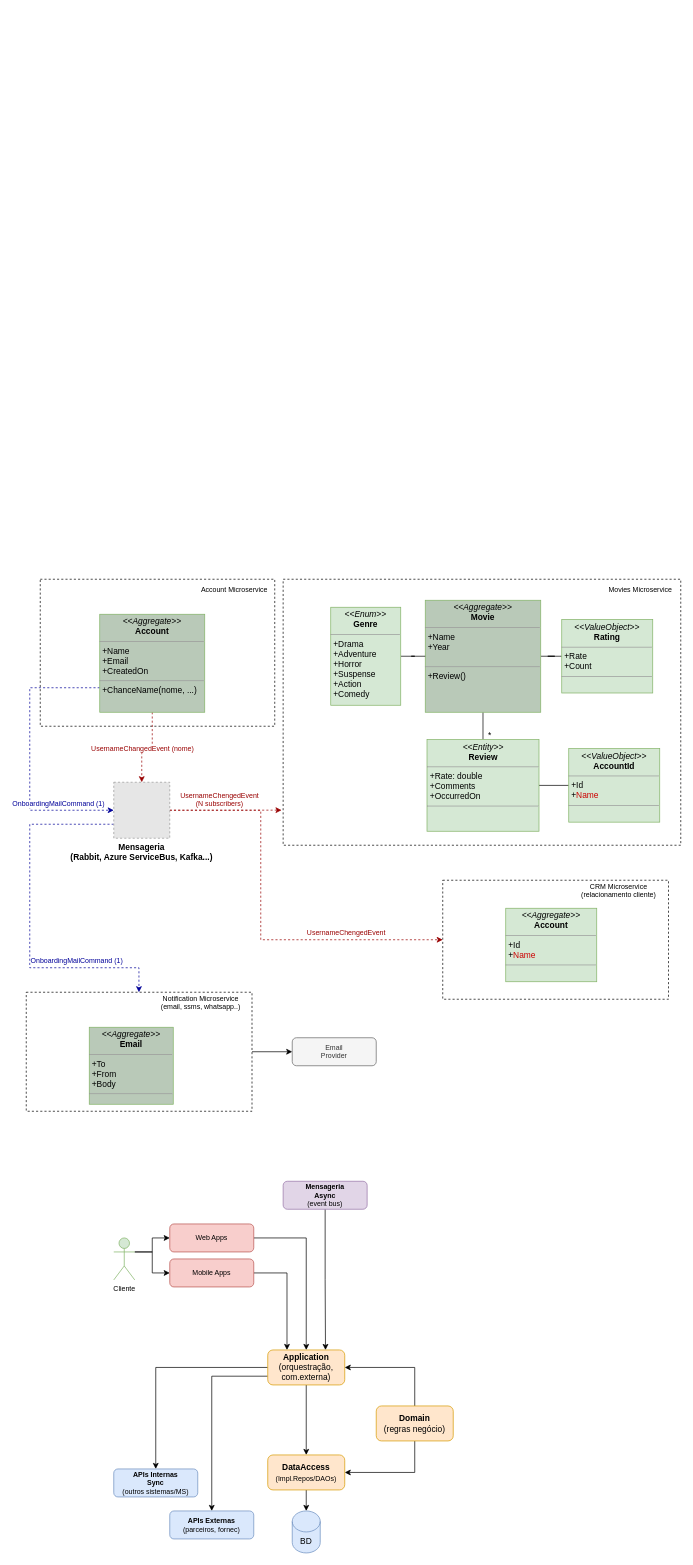
chris-coelho/ddd_ref_architecture keeps this draw.io diagram as Movies Domain Model.drawio. Above is the earlier version. Source tidied: cells renumbered, new cells numbered last; positions are measured from the earlier drawing's top-left corner, leaving out a move shared by most shapes. Both pictures are drawn from the tidied source at 70%, with x=0, y=0 at pixel (26, 579). Pictures stored in the file or linked from it are replaced by grey dashed boxes.
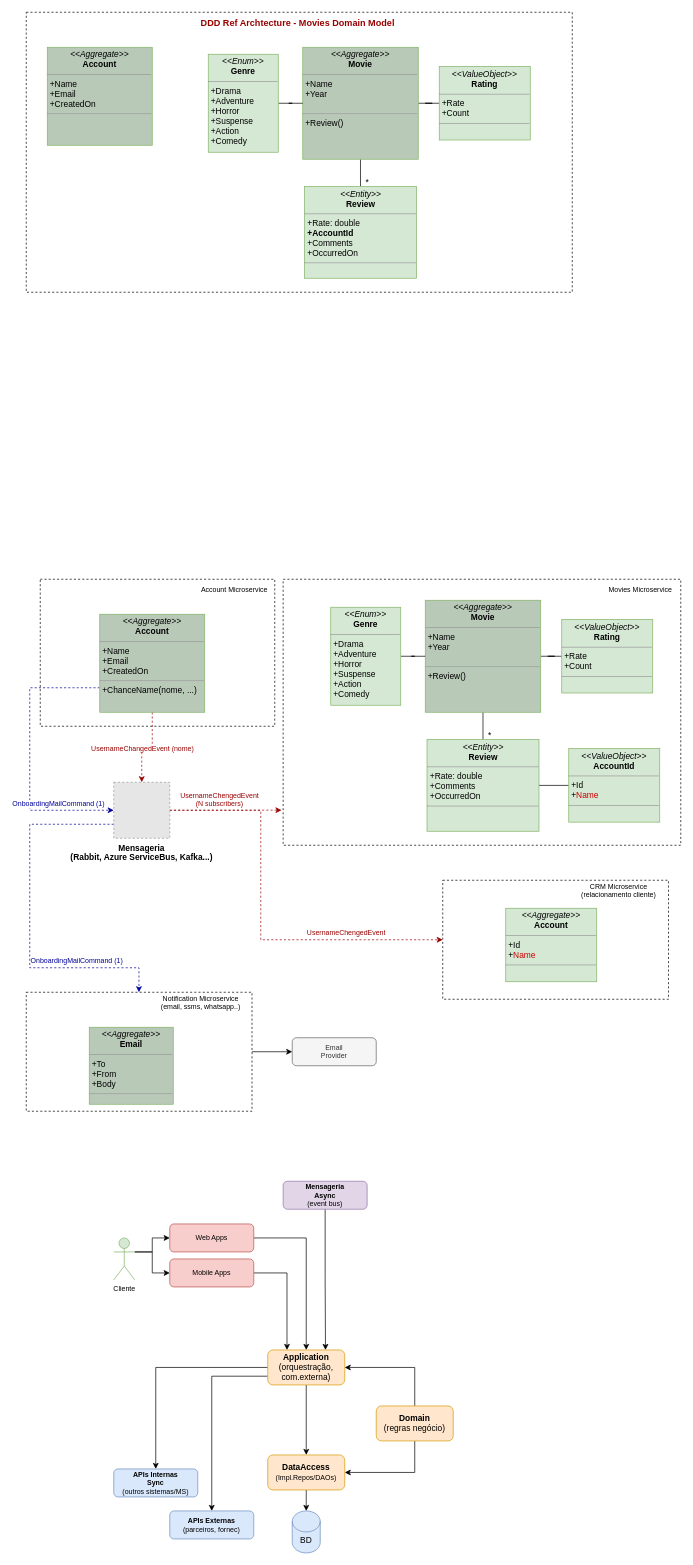
Above is the later version.

What changed in the source:
```diff
@@
+    <mxCell id="57" style="rounded=0;whiteSpace=wrap;html=1;fontSize=10;dashed=1;" parent="1" vertex="1">
+      <mxGeometry y="-810" width="780" height="400" as="geometry" />
+    </mxCell>
+    <mxCell id="58" value="&lt;p style=&quot;margin:0px;margin-top:4px;text-align:center;&quot;&gt;&lt;i&gt;&amp;lt;&amp;lt;Aggregate&amp;gt;&amp;gt;&lt;/i&gt;&lt;br&gt;&lt;b&gt;Account&lt;/b&gt;&lt;/p&gt;&lt;hr size=&quot;1&quot;&gt;&lt;p style=&quot;margin:0px;margin-left:4px;&quot;&gt;+Name&lt;/p&gt;&lt;p style=&quot;margin:0px;margin-left:4px;&quot;&gt;+Email&lt;/p&gt;&lt;p style=&quot;margin:0px;margin-left:4px;&quot;&gt;+CreatedOn&lt;/p&gt;&lt;hr size=&quot;1&quot;&gt;&lt;p style=&quot;margin:0px;margin-left:4px;&quot;&gt;&lt;br&gt;&lt;/p&gt;&lt;p style=&quot;margin:0px;margin-left:4px;&quot;&gt;&lt;br&gt;&lt;/p&gt;" style="verticalAlign=top;align=left;overflow=fill;fontSize=12;fontFamily=Helvetica;html=1;fillColor=#B9C9B8;strokeColor=#82b366;" parent="1" vertex="1">
+      <mxGeometry x="30" y="-760" width="150" height="140" as="geometry" />
+    </mxCell>
+    <mxCell id="59" style="edgeStyle=orthogonalEdgeStyle;rounded=0;jettySize=auto;html=1;exitX=0.5;exitY=1;exitDx=0;exitDy=0;entryX=0.5;entryY=0;entryDx=0;entryDy=0;endArrow=none;endFill=0;" parent="1" edge="1" source="61" target="62">
+      <mxGeometry relative="1" as="geometry" />
+    </mxCell>
+    <mxCell id="60" style="edgeStyle=orthogonalEdgeStyle;rounded=0;jettySize=auto;html=1;entryX=0;entryY=0.5;entryDx=0;entryDy=0;endArrow=none;endFill=0;" parent="1" edge="1" source="61" target="66">
+      <mxGeometry relative="1" as="geometry" />
+    </mxCell>
+    <mxCell id="61" value="&lt;p style=&quot;margin:0px;margin-top:4px;text-align:center;&quot;&gt;&lt;i&gt;&amp;lt;&amp;lt;Aggregate&amp;gt;&amp;gt;&lt;/i&gt;&lt;br&gt;&lt;b&gt;Movie&lt;/b&gt;&lt;/p&gt;&lt;hr size=&quot;1&quot;&gt;&lt;p style=&quot;margin:0px;margin-left:4px;&quot;&gt;+Name&lt;br&gt;+Year&lt;/p&gt;&lt;p style=&quot;margin:0px;margin-left:4px;&quot;&gt;&lt;br&gt;&lt;/p&gt;&lt;hr size=&quot;1&quot;&gt;&lt;p style=&quot;margin:0px;margin-left:4px;&quot;&gt;+Review()&lt;br&gt;&lt;br&gt;&lt;/p&gt;" style="verticalAlign=top;align=left;overflow=fill;fontSize=12;fontFamily=Helvetica;html=1;fillColor=#B9C9B8;strokeColor=#82b366;" parent="1" vertex="1">
+      <mxGeometry x="395" y="-760" width="165" height="160" as="geometry" />
+    </mxCell>
+    <mxCell id="62" value="&lt;p style=&quot;margin:0px;margin-top:4px;text-align:center;&quot;&gt;&lt;i&gt;&amp;lt;&amp;lt;Entity&amp;gt;&amp;gt;&lt;/i&gt;&lt;br&gt;&lt;b&gt;Review&lt;/b&gt;&lt;/p&gt;&lt;hr size=&quot;1&quot;&gt;&lt;p style=&quot;margin:0px;margin-left:4px;&quot;&gt;+Rate: double&lt;/p&gt;&lt;p style=&quot;margin:0px;margin-left:4px;&quot;&gt;&lt;b&gt;+AccountId&lt;/b&gt;&lt;br&gt;+Comments&lt;/p&gt;&lt;p style=&quot;margin:0px;margin-left:4px;&quot;&gt;&lt;span style=&quot;background-color: initial;&quot;&gt;+OccurredOn&lt;/span&gt;&lt;br&gt;&lt;/p&gt;&lt;hr size=&quot;1&quot;&gt;&lt;p style=&quot;margin:0px;margin-left:4px;&quot;&gt;&lt;br&gt;&lt;/p&gt;" style="verticalAlign=top;align=left;overflow=fill;fontSize=12;fontFamily=Helvetica;html=1;fillColor=#d5e8d4;strokeColor=#82b366;" parent="1" vertex="1">
+      <mxGeometry x="397.5" y="-561" width="160" height="131" as="geometry" />
+    </mxCell>
+    <mxCell id="63" value="*" style="text;html=1;strokeColor=none;fillColor=none;align=center;verticalAlign=middle;whiteSpace=wrap;rounded=0;" parent="1" vertex="1">
+      <mxGeometry x="475" y="-577" width="25" height="20" as="geometry" />
+    </mxCell>
+    <mxCell id="64" style="edgeStyle=orthogonalEdgeStyle;rounded=0;jettySize=auto;html=1;entryX=0;entryY=0.5;entryDx=0;entryDy=0;endArrow=none;endFill=0;" parent="1" edge="1" source="65" target="61">
+      <mxGeometry relative="1" as="geometry" />
+    </mxCell>
+    <mxCell id="65" value="&lt;p style=&quot;margin:0px;margin-top:4px;text-align:center;&quot;&gt;&lt;i&gt;&amp;lt;&amp;lt;Enum&amp;gt;&amp;gt;&lt;/i&gt;&lt;br&gt;&lt;b&gt;Genre&lt;/b&gt;&lt;/p&gt;&lt;hr size=&quot;1&quot;&gt;&lt;p style=&quot;margin:0px;margin-left:4px;&quot;&gt;+Drama&lt;br&gt;+Adventure&lt;/p&gt;&lt;p style=&quot;margin:0px;margin-left:4px;&quot;&gt;+Horror&lt;/p&gt;&lt;p style=&quot;margin:0px;margin-left:4px;&quot;&gt;+Suspense&lt;/p&gt;&lt;p style=&quot;margin:0px;margin-left:4px;&quot;&gt;+Action&lt;/p&gt;&lt;p style=&quot;margin:0px;margin-left:4px;&quot;&gt;+Comedy&lt;/p&gt;" style="verticalAlign=top;align=left;overflow=fill;fontSize=12;fontFamily=Helvetica;html=1;fillColor=#d5e8d4;strokeColor=#82b366;" parent="1" vertex="1">
+      <mxGeometry x="260" y="-750" width="100" height="140" as="geometry" />
+    </mxCell>
+    <mxCell id="66" value="&lt;p style=&quot;margin:0px;margin-top:4px;text-align:center;&quot;&gt;&lt;i&gt;&amp;lt;&amp;lt;ValueObject&amp;gt;&amp;gt;&lt;/i&gt;&lt;br&gt;&lt;b&gt;Rating&lt;/b&gt;&lt;/p&gt;&lt;hr size=&quot;1&quot;&gt;&lt;p style=&quot;margin:0px;margin-left:4px;&quot;&gt;+Rate&lt;br&gt;+Count&lt;/p&gt;&lt;hr size=&quot;1&quot;&gt;&lt;p style=&quot;margin:0px;margin-left:4px;&quot;&gt;&lt;br&gt;&lt;/p&gt;" style="verticalAlign=top;align=left;overflow=fill;fontSize=12;fontFamily=Helvetica;html=1;fillColor=#d5e8d4;strokeColor=#82b366;" parent="1" vertex="1">
+      <mxGeometry x="590" y="-732.5" width="130" height="105" as="geometry" />
+    </mxCell>
+    <mxCell id="67" value="DDD Ref Archtecture - Movies Domain Model" style="text;html=1;strokeColor=none;fillColor=none;align=center;verticalAlign=middle;whiteSpace=wrap;rounded=0;dashed=1;fontSize=13;fontStyle=1;fontColor=#990000;" parent="1" vertex="1">
+      <mxGeometry x="7.5" y="-810" width="760" height="30" as="geometry" />
+    </mxCell>
```
